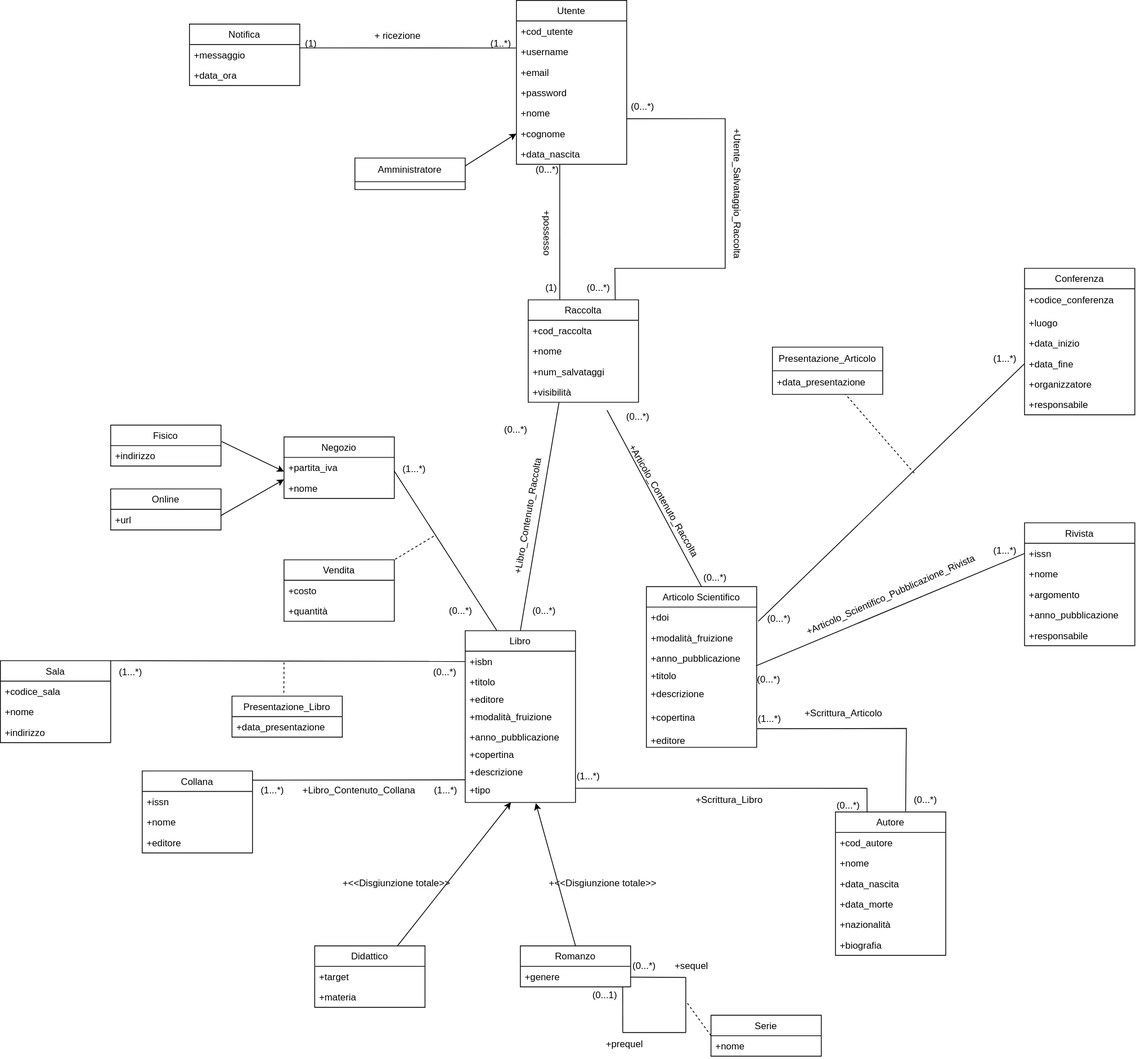
Earlier version of the draw.io export progettazione_concettuale/Modello_Concettuale_UML.drawio.svg (m3tt0/Progetto_OB_BASI). Source tidied: cells renumbered, new cells last; positions are measured from the earlier drawing's top-left corner, leaving out a move shared by most shapes.
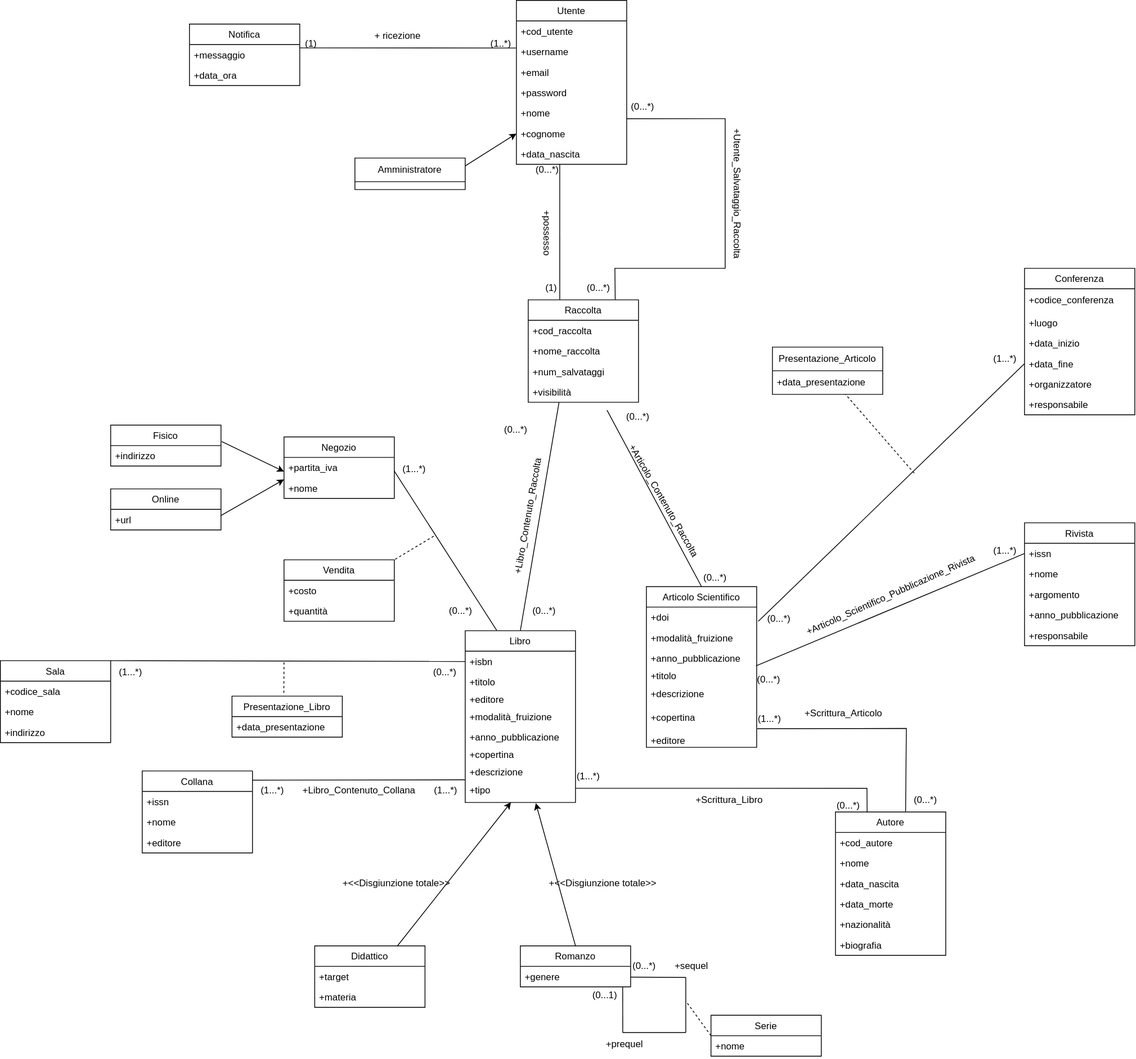
The same diagram one commit later.

The edit, as a diff of the source:
```diff
@@ -277,7 +277,7 @@
     <mxCell id="88" value="+cod_raccolta" style="text;strokeColor=none;fillColor=none;align=left;verticalAlign=top;spacingLeft=4;spacingRight=4;overflow=hidden;" parent="87" vertex="1">
       <mxGeometry y="26" width="140" height="26" as="geometry" />
     </mxCell>
-    <mxCell id="89" value="+nome" style="text;strokeColor=none;fillColor=none;align=left;verticalAlign=top;spacingLeft=4;spacingRight=4;overflow=hidden;" parent="87" vertex="1">
+    <mxCell id="89" value="+nome_raccolta" style="text;strokeColor=none;fillColor=none;align=left;verticalAlign=top;spacingLeft=4;spacingRight=4;overflow=hidden;" parent="87" vertex="1">
       <mxGeometry y="52" width="140" height="26" as="geometry" />
     </mxCell>
     <mxCell id="90" value="+num_salvataggi" style="text;strokeColor=none;fillColor=none;align=left;verticalAlign=top;spacingLeft=4;spacingRight=4;overflow=hidden;" parent="87" vertex="1">
```
